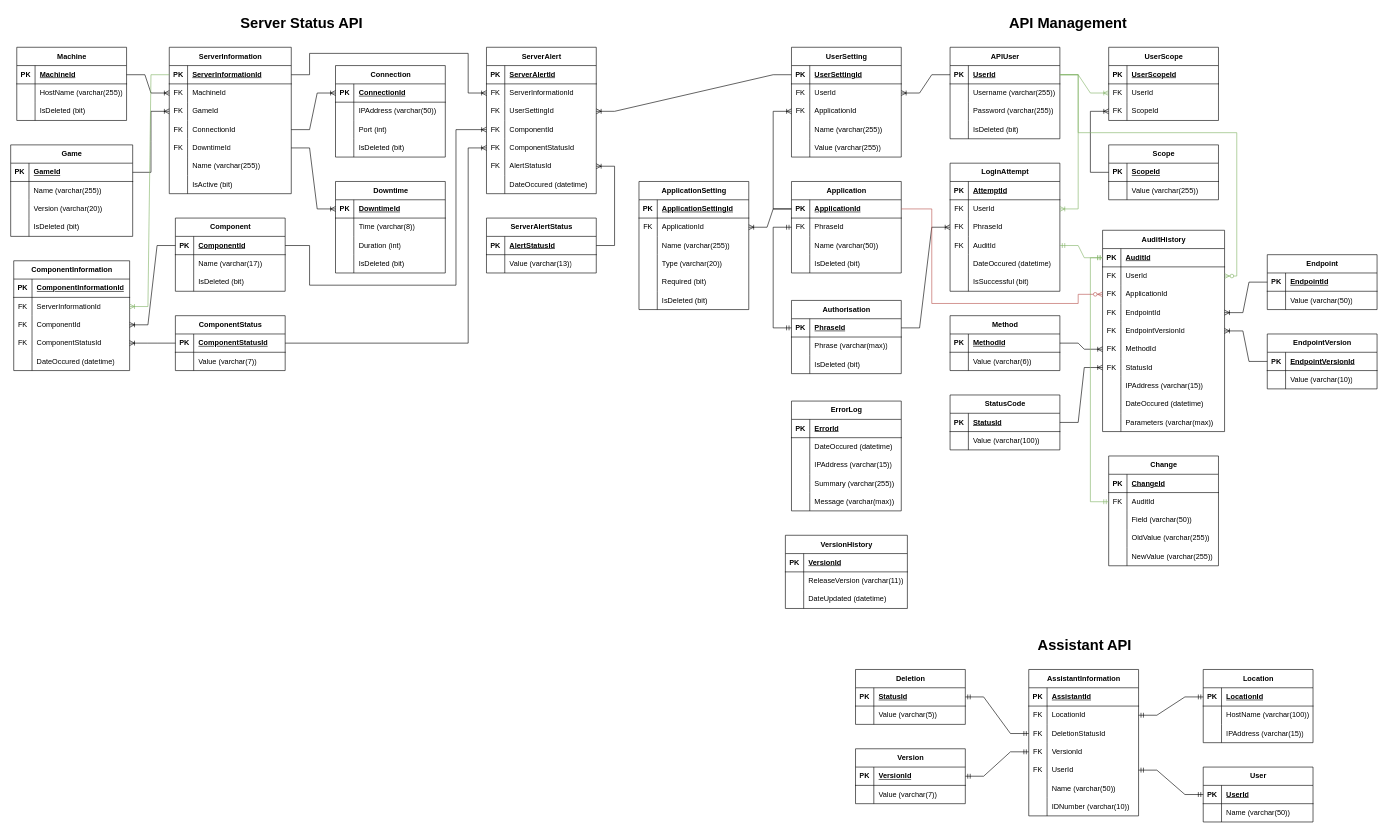
This is Database ERD.drawio from LegendarySpork9/Hunter-Industries-API, a draw.io file, before an edit. Source tidied: cells renumbered, new cells numbered last; positions are measured from the earlier drawing's top-left corner, leaving out a move shared by most shapes. Both pictures are drawn from the tidied source at 61%, with x=0, y=0 at pixel (10, 10).
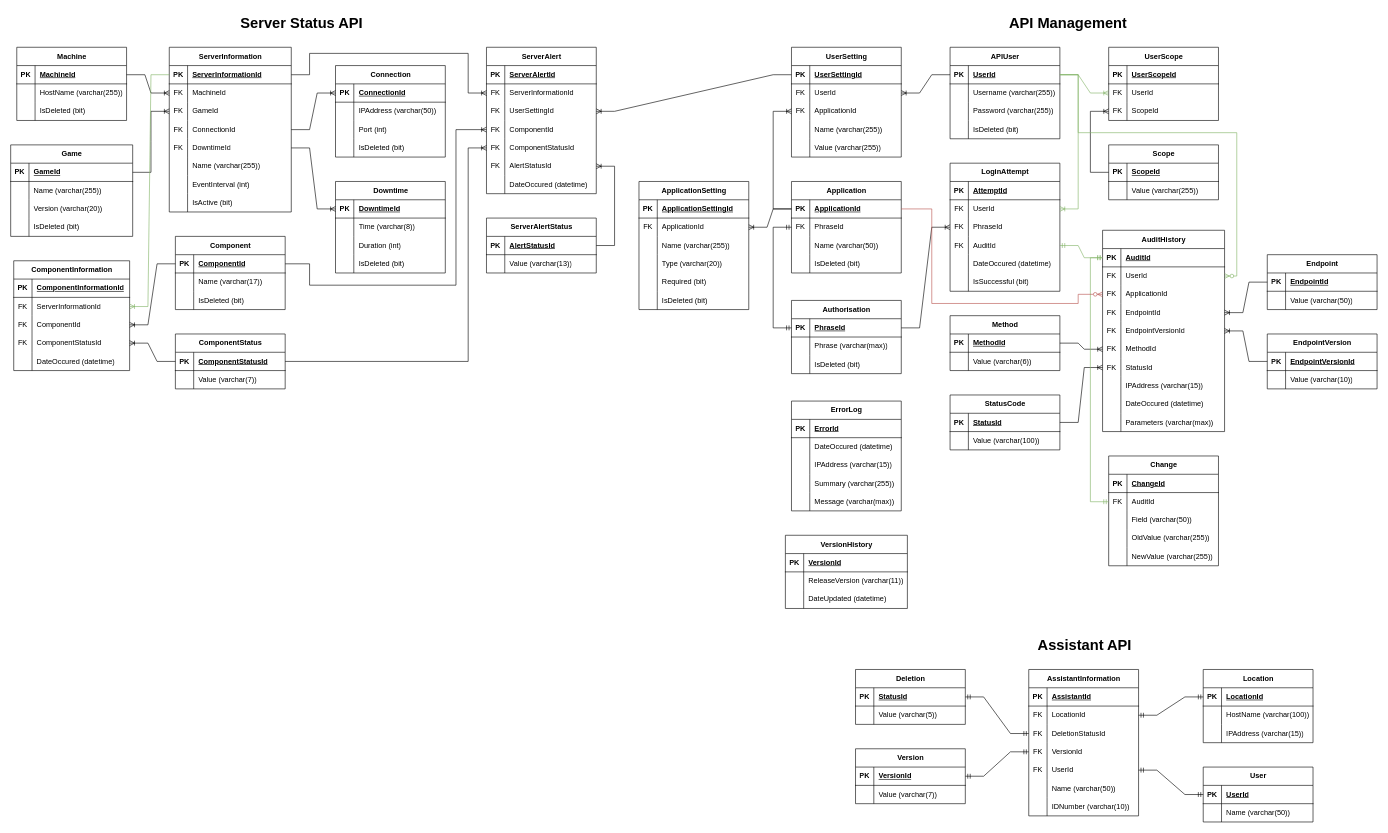
Above is the later version.

Unchanged cells that the change refers to:
```xml
<mxCell id="305" style="shape=tableRow;horizontal=0;startSize=0;swimlaneHead=0;swimlaneBody=0;fillColor=none;points=[[0,0.5],[1,0.5]];portConstraint=eastwest;top=0;left=0;right=0;bottom=1;" parent="304" vertex="1">
  <mxGeometry y="30" width="180" height="30" as="geometry" />
</mxCell>
<mxCell id="315" style="shape=tableRow;horizontal=0;startSize=0;swimlaneHead=0;swimlaneBody=0;fillColor=none;points=[[0,0.5],[1,0.5]];portConstraint=eastwest;top=0;left=0;right=0;bottom=1;" parent="314" vertex="1">
  <mxGeometry y="30" width="180" height="30" as="geometry" />
</mxCell>
<mxCell id="333" style="shape=tableRow;horizontal=0;startSize=0;swimlaneHead=0;swimlaneBody=0;fillColor=none;points=[[0,0.5],[1,0.5]];portConstraint=eastwest;top=0;left=0;right=0;bottom=0;" parent="323" vertex="1">
  <mxGeometry y="120" width="180" height="30" as="geometry" />
</mxCell>
<mxCell id="336" style="shape=tableRow;horizontal=0;startSize=0;swimlaneHead=0;swimlaneBody=0;fillColor=none;points=[[0,0.5],[1,0.5]];portConstraint=eastwest;top=0;left=0;right=0;bottom=0;" parent="323" vertex="1">
  <mxGeometry y="150" width="180" height="30" as="geometry" />
</mxCell>
```

Change to the diagram source:
```diff
@@
     <mxCell id="243" value="ServerInformation" style="shape=table;startSize=30;childLayout=tableLayout;rowLines=0;fontStyle=1;align=center;html=1;" parent="1" vertex="1">
-      <mxGeometry x="260" y="60" width="200" height="240" as="geometry" />
+      <mxGeometry x="260" y="60" width="200" height="270" as="geometry" />
     </mxCell>
@@
+    <mxCell id="431" style="shape=tableRow;horizontal=0;startSize=0;swimlaneHead=0;swimlaneBody=0;fillColor=none;top=0;left=0;right=0;bottom=0;" parent="243" vertex="1">
+      <mxGeometry y="210" width="200" height="30" as="geometry" />
+    </mxCell>
+    <mxCell id="432" style="shape=partialRectangle;fillColor=none;top=0;left=0;bottom=0;right=0;overflow=hidden;whiteSpace=wrap;html=1;" parent="431" vertex="1">
+      <mxGeometry width="30" height="30" as="geometry" />
+    </mxCell>
+    <mxCell id="433" value="EventInterval (int)" style="shape=partialRectangle;fillColor=none;top=0;left=0;bottom=0;right=0;align=left;spacingLeft=6;overflow=hidden;whiteSpace=wrap;html=1;" parent="431" vertex="1">
+      <mxGeometry x="30" width="170" height="30" as="geometry" />
+    </mxCell>
     <mxCell id="262" style="shape=tableRow;horizontal=0;startSize=0;swimlaneHead=0;swimlaneBody=0;fillColor=none;top=0;left=0;right=0;bottom=0;" parent="243" vertex="1">
-      <mxGeometry y="210" width="200" height="30" as="geometry" />
+      <mxGeometry y="240" width="200" height="30" as="geometry" />
     </mxCell>
@@
     <mxCell id="304" value="Component" style="shape=table;startSize=30;childLayout=tableLayout;rowLines=0;fontStyle=1;align=center;html=1;" parent="1" vertex="1">
-      <mxGeometry x="270" y="340" width="180" height="120" as="geometry" />
+      <mxGeometry x="270" y="370" width="180" height="120" as="geometry" />
     </mxCell>
@@
     <mxCell id="314" value="ComponentStatus" style="shape=table;startSize=30;childLayout=tableLayout;rowLines=0;fontStyle=1;align=center;html=1;" parent="1" vertex="1">
-      <mxGeometry x="270" y="500" width="180" height="90" as="geometry" />
+      <mxGeometry x="270" y="530" width="180" height="90" as="geometry" />
     </mxCell>
@@
     <mxCell id="358" style="edgeStyle=orthogonalEdgeStyle;fontSize=12;html=1;endArrow=ERoneToMany;rounded=0;entryX=0;entryY=0.5;entryDx=0;entryDy=0;exitX=1;exitY=0.5;exitDx=0;exitDy=0;" parent="1" edge="1" source="305" target="333">
       <mxGeometry relative="1" as="geometry">
         <Array as="points">
-          <mxPoint x="490" y="385" />
+          <mxPoint x="490" y="415" />
           <mxPoint x="490" y="450" />
           <mxPoint x="730" y="450" />
           <mxPoint x="730" y="195" />
         </Array>
       </mxGeometry>
     </mxCell>
     <mxCell id="359" style="edgeStyle=orthogonalEdgeStyle;fontSize=12;html=1;endArrow=ERoneToMany;rounded=0;entryX=0;entryY=0.5;entryDx=0;entryDy=0;exitX=1;exitY=0.5;exitDx=0;exitDy=0;" parent="1" edge="1" source="315" target="336">
       <mxGeometry relative="1" as="geometry">
         <Array as="points">
-          <mxPoint x="750" y="545" />
+          <mxPoint x="750" y="575" />
           <mxPoint x="750" y="225" />
         </Array>
       </mxGeometry>
     </mxCell>
```
